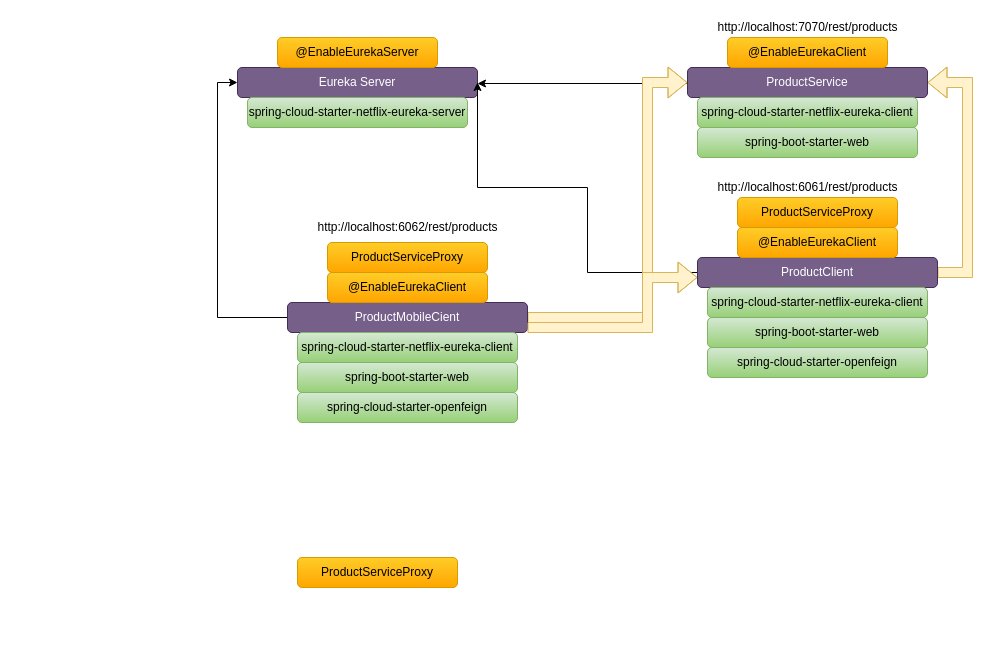
This is page "Microservice Detailed Workflow" (7 of 8) of microservices.drawio from ujjawal09/temp, a draw.io file, before an edit. Source tidied: cells renumbered, new cells numbered last; positions are measured from the earlier drawing's top-left corner, leaving out a move shared by most shapes. Both pictures are drawn from the tidied source at 100%, with x=0, y=0 at pixel (217, 17).
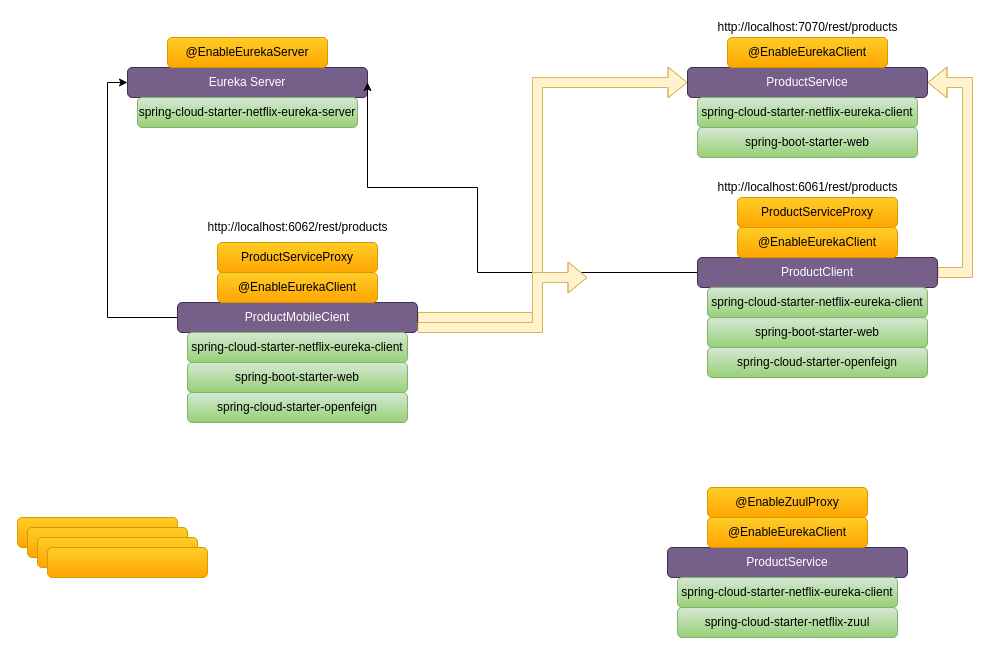
Above is the later version.

The change refers to these unchanged cells:
```xml
<mxCell id="5" value="ProductService" style="rounded=1;whiteSpace=wrap;html=1;fillColor=#76608a;strokeColor=#432D57;fontColor=#ffffff;" parent="1" vertex="1">
  <mxGeometry x="470" y="50" width="240" height="30" as="geometry" />
</mxCell>
<mxCell id="10" value="ProductClient" style="rounded=1;whiteSpace=wrap;html=1;fillColor=#76608a;strokeColor=#432D57;fontColor=#ffffff;" parent="1" vertex="1">
  <mxGeometry x="480" y="240" width="240" height="30" as="geometry" />
</mxCell>
```

Change to the diagram source:
```diff
@@
     <mxCell id="2" value="Eureka Server" style="rounded=1;whiteSpace=wrap;html=1;fillColor=#76608a;strokeColor=#432D57;fontColor=#ffffff;" parent="1" vertex="1">
-      <mxGeometry x="20" y="50" width="240" height="30" as="geometry" />
+      <mxGeometry x="-90" y="50" width="240" height="30" as="geometry" />
     </mxCell>
     <mxCell id="3" value="spring-cloud-starter-netflix-eureka-server" style="rounded=1;whiteSpace=wrap;html=1;fillColor=#d5e8d4;strokeColor=#82b366;gradientColor=#97d077;" parent="1" vertex="1">
-      <mxGeometry x="30" y="80" width="220" height="30" as="geometry" />
+      <mxGeometry x="-80" y="80" width="220" height="30" as="geometry" />
     </mxCell>
-    <mxCell id="4" style="edgeStyle=orthogonalEdgeStyle;rounded=0;orthogonalLoop=1;jettySize=auto;html=1;" parent="1" edge="1">
-      <mxGeometry relative="1" as="geometry">
-        <mxPoint x="470" y="66" as="sourcePoint" />
-        <mxPoint x="260" y="66" as="targetPoint" />
-      </mxGeometry>
-    </mxCell>
@@
     <mxCell id="9" style="edgeStyle=orthogonalEdgeStyle;rounded=0;jettySize=auto;html=1;entryX=1;entryY=0.5;entryDx=0;entryDy=0;" parent="1" edge="1" source="10" target="2">
       <mxGeometry relative="1" as="geometry">
         <Array as="points">
-          <mxPoint x="370" y="255" />
-          <mxPoint x="370" y="170" />
+          <mxPoint x="260" y="255" />
           <mxPoint x="260" y="170" />
+          <mxPoint x="150" y="170" />
         </Array>
       </mxGeometry>
     </mxCell>
@@
     <mxCell id="14" value="@EnableEurekaServer" style="rounded=1;whiteSpace=wrap;html=1;fillColor=#ffcd28;strokeColor=#d79b00;gradientColor=#ffa500;" parent="1" vertex="1">
-      <mxGeometry x="60" y="20" width="160" height="30" as="geometry" />
+      <mxGeometry x="-50" y="20" width="160" height="30" as="geometry" />
     </mxCell>
@@
-    <mxCell id="18" value="ProductServiceProxy" style="rounded=1;whiteSpace=wrap;html=1;fillColor=#ffcd28;strokeColor=#d79b00;gradientColor=#ffa500;" parent="1" vertex="1">
-      <mxGeometry x="80" y="540" width="160" height="30" as="geometry" />
+    <mxCell id="18" style="rounded=1;whiteSpace=wrap;html=1;fillColor=#ffcd28;strokeColor=#d79b00;gradientColor=#ffa500;" parent="1" vertex="1">
+      <mxGeometry x="-200" y="500" width="160" height="30" as="geometry" />
     </mxCell>
     <mxCell id="19" style="edgeStyle=orthogonalEdgeStyle;rounded=0;jettySize=auto;html=1;entryX=0;entryY=0.5;entryDx=0;entryDy=0;shape=flexArrow;fillColor=#fff2cc;strokeColor=#d6b656;" parent="1" edge="1" source="21" target="5">
       <mxGeometry relative="1" as="geometry">
         <Array as="points">
-          <mxPoint x="430" y="300" />
-          <mxPoint x="430" y="65" />
+          <mxPoint x="320" y="300" />
+          <mxPoint x="320" y="65" />
         </Array>
       </mxGeometry>
     </mxCell>
     <mxCell id="20" style="edgeStyle=orthogonalEdgeStyle;rounded=0;jettySize=auto;html=1;entryX=0;entryY=0.5;entryDx=0;entryDy=0;" parent="1" edge="1" source="21" target="2">
       <mxGeometry relative="1" as="geometry">
         <Array as="points">
-          <mxPoint y="300" />
-          <mxPoint y="65" />
+          <mxPoint x="-110" y="300" />
+          <mxPoint x="-110" y="65" />
         </Array>
       </mxGeometry>
     </mxCell>
     <mxCell id="21" value="ProductMobileCient" style="rounded=1;whiteSpace=wrap;html=1;fillColor=#76608a;strokeColor=#432D57;fontColor=#ffffff;" parent="1" vertex="1">
-      <mxGeometry x="70" y="285" width="240" height="30" as="geometry" />
+      <mxGeometry x="-40" y="285" width="240" height="30" as="geometry" />
     </mxCell>
     <mxCell id="22" value="spring-cloud-starter-netflix-eureka-client" style="rounded=1;whiteSpace=wrap;html=1;fillColor=#d5e8d4;strokeColor=#82b366;gradientColor=#97d077;" parent="1" vertex="1">
-      <mxGeometry x="80" y="315" width="220" height="30" as="geometry" />
+      <mxGeometry x="-30" y="315" width="220" height="30" as="geometry" />
     </mxCell>
     <mxCell id="23" value="spring-boot-starter-web" style="rounded=1;whiteSpace=wrap;html=1;fillColor=#d5e8d4;strokeColor=#82b366;gradientColor=#97d077;" parent="1" vertex="1">
-      <mxGeometry x="80" y="345" width="220" height="30" as="geometry" />
+      <mxGeometry x="-30" y="345" width="220" height="30" as="geometry" />
     </mxCell>
     <mxCell id="24" value="spring-cloud-starter-openfeign" style="rounded=1;whiteSpace=wrap;html=1;fillColor=#d5e8d4;strokeColor=#82b366;gradientColor=#97d077;" parent="1" vertex="1">
-      <mxGeometry x="80" y="375" width="220" height="30" as="geometry" />
+      <mxGeometry x="-30" y="375" width="220" height="30" as="geometry" />
     </mxCell>
     <mxCell id="25" value="ProductServiceProxy" style="rounded=1;whiteSpace=wrap;html=1;fillColor=#ffcd28;strokeColor=#d79b00;gradientColor=#ffa500;" parent="1" vertex="1">
-      <mxGeometry x="110" y="225" width="160" height="30" as="geometry" />
+      <mxGeometry y="225" width="160" height="30" as="geometry" />
     </mxCell>
     <mxCell id="26" value="&lt;div&gt;@EnableEurekaClient&lt;/div&gt;" style="rounded=1;whiteSpace=wrap;html=1;fillColor=#ffcd28;strokeColor=#d79b00;gradientColor=#ffa500;" parent="1" vertex="1">
-      <mxGeometry x="110" y="255" width="160" height="30" as="geometry" />
+      <mxGeometry y="255" width="160" height="30" as="geometry" />
     </mxCell>
     <mxCell id="27" style="edgeStyle=orthogonalEdgeStyle;rounded=0;orthogonalLoop=1;jettySize=auto;html=1;shape=flexArrow;fillColor=#fff2cc;strokeColor=#d6b656;" parent="1" edge="1">
       <mxGeometry relative="1" as="geometry">
-        <mxPoint x="310" y="310" as="sourcePoint" />
-        <mxPoint x="480" y="260" as="targetPoint" />
+        <mxPoint x="200" y="310" as="sourcePoint" />
+        <mxPoint x="370" y="260" as="targetPoint" />
         <Array as="points">
-          <mxPoint x="430" y="310" />
-          <mxPoint x="430" y="260" />
+          <mxPoint x="320" y="310" />
+          <mxPoint x="320" y="260" />
         </Array>
       </mxGeometry>
     </mxCell>
@@
     <mxCell id="30" value="http://localhost:6062/rest/products" style="text;html=1;align=center;verticalAlign=middle;" parent="1" vertex="1">
-      <mxGeometry x="90" y="200" width="200" height="20" as="geometry" />
+      <mxGeometry x="-20" y="200" width="200" height="20" as="geometry" />
     </mxCell>
+    <mxCell id="31" value="ProductService" style="rounded=1;whiteSpace=wrap;html=1;fillColor=#76608a;strokeColor=#432D57;fontColor=#ffffff;" parent="1" vertex="1">
+      <mxGeometry x="450" y="530" width="240" height="30" as="geometry" />
+    </mxCell>
+    <mxCell id="32" value="spring-cloud-starter-netflix-zuul" style="rounded=1;whiteSpace=wrap;html=1;fillColor=#d5e8d4;strokeColor=#82b366;gradientColor=#97d077;" parent="1" vertex="1">
+      <mxGeometry x="460" y="590" width="220" height="30" as="geometry" />
+    </mxCell>
+    <mxCell id="33" value="&lt;span&gt;spring-cloud-starter-netflix-eureka-client&lt;/span&gt;" style="rounded=1;whiteSpace=wrap;html=1;fillColor=#d5e8d4;strokeColor=#82b366;gradientColor=#97d077;" parent="1" vertex="1">
+      <mxGeometry x="460" y="560" width="220" height="30" as="geometry" />
+    </mxCell>
+    <mxCell id="34" value="&lt;div&gt;@EnableEurekaClient&lt;/div&gt;" style="rounded=1;whiteSpace=wrap;html=1;fillColor=#ffcd28;strokeColor=#d79b00;gradientColor=#ffa500;" parent="1" vertex="1">
+      <mxGeometry x="490" y="500" width="160" height="30" as="geometry" />
+    </mxCell>
+    <mxCell id="35" style="rounded=1;whiteSpace=wrap;html=1;fillColor=#ffcd28;strokeColor=#d79b00;gradientColor=#ffa500;" parent="1" vertex="1">
+      <mxGeometry x="-190" y="510" width="160" height="30" as="geometry" />
+    </mxCell>
+    <mxCell id="36" style="rounded=1;whiteSpace=wrap;html=1;fillColor=#ffcd28;strokeColor=#d79b00;gradientColor=#ffa500;" parent="1" vertex="1">
+      <mxGeometry x="-180" y="520" width="160" height="30" as="geometry" />
+    </mxCell>
+    <mxCell id="37" style="rounded=1;whiteSpace=wrap;html=1;fillColor=#ffcd28;strokeColor=#d79b00;gradientColor=#ffa500;" parent="1" vertex="1">
+      <mxGeometry x="-170" y="530" width="160" height="30" as="geometry" />
+    </mxCell>
+    <mxCell id="38" value="@EnableZuulProxy" style="rounded=1;whiteSpace=wrap;html=1;fillColor=#ffcd28;strokeColor=#d79b00;gradientColor=#ffa500;" parent="1" vertex="1">
+      <mxGeometry x="490" y="470" width="160" height="30" as="geometry" />
+    </mxCell>
```
